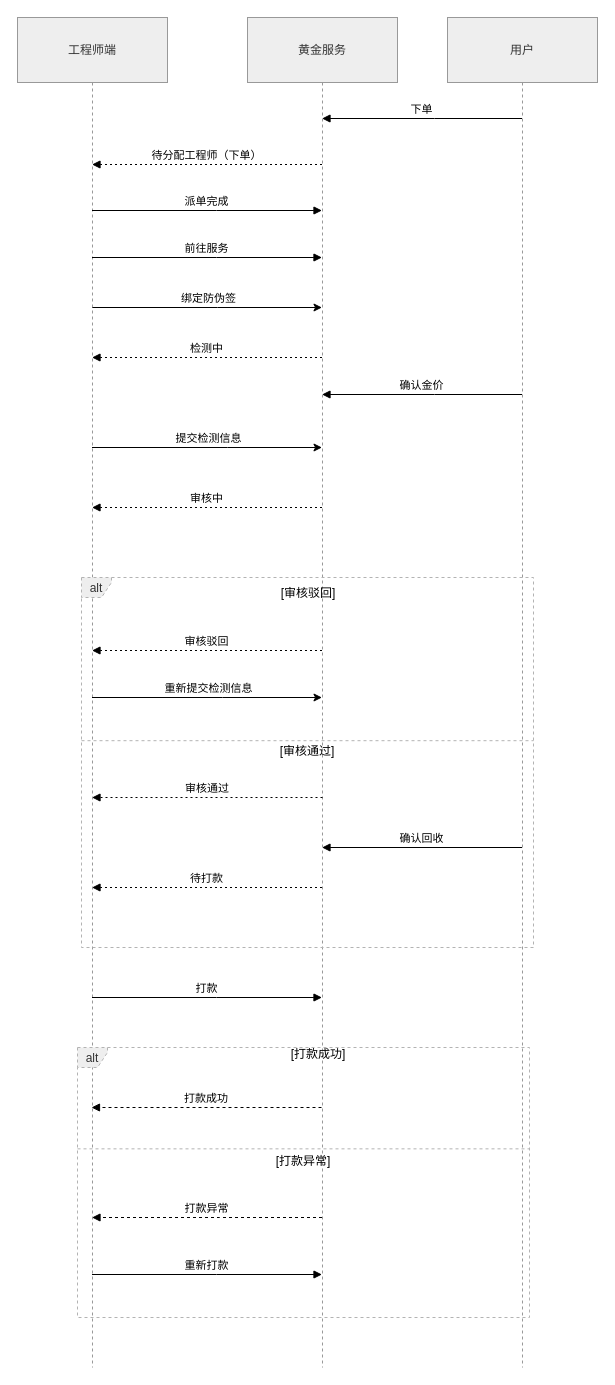
Above: 上门回收黄金流程.drawio in Eiji1422/diagrams (draw.io), before the change. Source tidied: cells renumbered, new cells numbered last; positions are measured from the earlier drawing's top-left corner, leaving out a move shared by most shapes. Both pictures are drawn from the tidied source at 100%, with x=0, y=0 at pixel (17, 17).
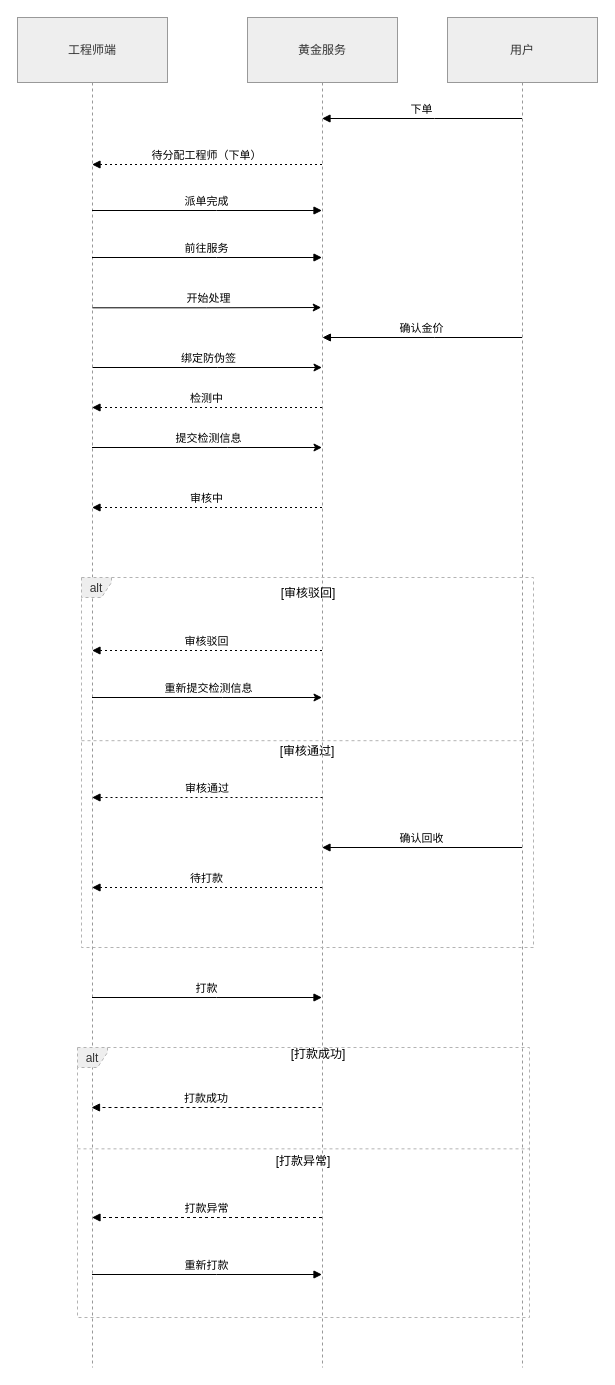
After the change.

Commit message:
更新上门回收黄金流程.drawio

The change refers to these unchanged cells:
```xml
<mxCell id="6" value="工程师端" style="shape=umlLifeline;perimeter=lifelinePerimeter;whiteSpace=wrap;outlineConnect=0;portConstraint=eastwest;newEdgeStyle={&quot;edgeStyle&quot;:&quot;elbowEdgeStyle&quot;,&quot;elbow&quot;:&quot;vertical&quot;,&quot;curved&quot;:0,&quot;rounded&quot;:0};size=65;fillColor=light-dark(#eeeeee,#1f2020);strokeColor=light-dark(#999999,#cccccc);fontColor=light-dark(#333333,#cccccc);" parent="1" vertex="1">
  <mxGeometry width="150" height="1350" as="geometry" />
</mxCell>
<mxCell id="7" value="黄金服务" style="shape=umlLifeline;perimeter=lifelinePerimeter;whiteSpace=wrap;outlineConnect=0;portConstraint=eastwest;newEdgeStyle={&quot;edgeStyle&quot;:&quot;elbowEdgeStyle&quot;,&quot;elbow&quot;:&quot;vertical&quot;,&quot;curved&quot;:0,&quot;rounded&quot;:0};size=65;fillColor=light-dark(#eeeeee,#1f2020);strokeColor=light-dark(#999999,#cccccc);fontColor=light-dark(#333333,#cccccc);" parent="1" vertex="1">
  <mxGeometry x="230" width="150" height="1350" as="geometry" />
</mxCell>
<mxCell id="8" value="用户" style="shape=umlLifeline;perimeter=lifelinePerimeter;whiteSpace=wrap;outlineConnect=0;portConstraint=eastwest;newEdgeStyle={&quot;edgeStyle&quot;:&quot;elbowEdgeStyle&quot;,&quot;elbow&quot;:&quot;vertical&quot;,&quot;curved&quot;:0,&quot;rounded&quot;:0};size=65;fillColor=light-dark(#eeeeee,#1f2020);strokeColor=light-dark(#999999,#cccccc);fontColor=light-dark(#333333,#cccccc);" parent="1" vertex="1">
  <mxGeometry x="430" width="150" height="1350" as="geometry" />
</mxCell>
```

The edit, as a diff of the source:
```diff
@@
-    <mxCell id="2" style="edgeStyle=elbowEdgeStyle;rounded=0;jettySize=auto;html=1;elbow=horizontal;curved=0;" parent="1" edge="1" source="6" target="7">
+    <mxCell id="2" style="edgeStyle=elbowEdgeStyle;rounded=0;orthogonalLoop=1;jettySize=auto;html=1;elbow=horizontal;curved=0;" parent="1" edge="1">
       <mxGeometry relative="1" as="geometry">
+        <mxPoint x="74.9" y="350" as="sourcePoint" />
+        <mxPoint x="304.5" y="350" as="targetPoint" />
         <Array as="points">
-          <mxPoint x="200" y="290" />
+          <mxPoint x="200" y="350" />
         </Array>
       </mxGeometry>
     </mxCell>
@@
     <mxCell id="19" value="检测中" style="verticalAlign=bottom;edgeStyle=elbowEdgeStyle;elbow=vertical;curved=0;rounded=0;dashed=1;dashPattern=2 3;endArrow=block;" parent="1" edge="1" source="7" target="6">
       <mxGeometry relative="1" as="geometry">
         <Array as="points">
-          <mxPoint x="190" y="340" />
+          <mxPoint x="190" y="390" />
         </Array>
       </mxGeometry>
     </mxCell>
-    <mxCell id="20" value="确认金价" style="verticalAlign=bottom;edgeStyle=elbowEdgeStyle;elbow=vertical;curved=0;rounded=0;endArrow=block;" parent="1" edge="1" source="8" target="7">
+    <mxCell id="20" value="确认金价" style="verticalAlign=bottom;edgeStyle=elbowEdgeStyle;elbow=vertical;curved=0;rounded=0;endArrow=block;" parent="1" edge="1">
       <mxGeometry relative="1" as="geometry">
+        <mxPoint x="504.5" y="320" as="sourcePoint" />
+        <mxPoint x="304.9" y="320" as="targetPoint" />
         <Array as="points">
-          <mxPoint x="417" y="377" />
+          <mxPoint x="417" y="320" />
         </Array>
       </mxGeometry>
     </mxCell>
@@
+    <mxCell id="32" style="edgeStyle=elbowEdgeStyle;rounded=0;orthogonalLoop=1;jettySize=auto;html=1;elbow=horizontal;curved=0;entryX=0.491;entryY=0.208;entryDx=0;entryDy=0;entryPerimeter=0;" parent="1" edge="1">
+      <mxGeometry relative="1" as="geometry">
+        <mxPoint x="74.9" y="290.3" as="sourcePoint" />
+        <mxPoint x="303.7" y="290" as="targetPoint" />
+      </mxGeometry>
+    </mxCell>
+    <mxCell id="33" value="开始处理" style="edgeLabel;html=1;align=center;verticalAlign=middle;" parent="32" vertex="1">
+      <mxGeometry x="-0.1" y="2" relative="1" as="geometry">
+        <mxPoint x="13" y="-8" as="offset" />
+      </mxGeometry>
+    </mxCell>
```
